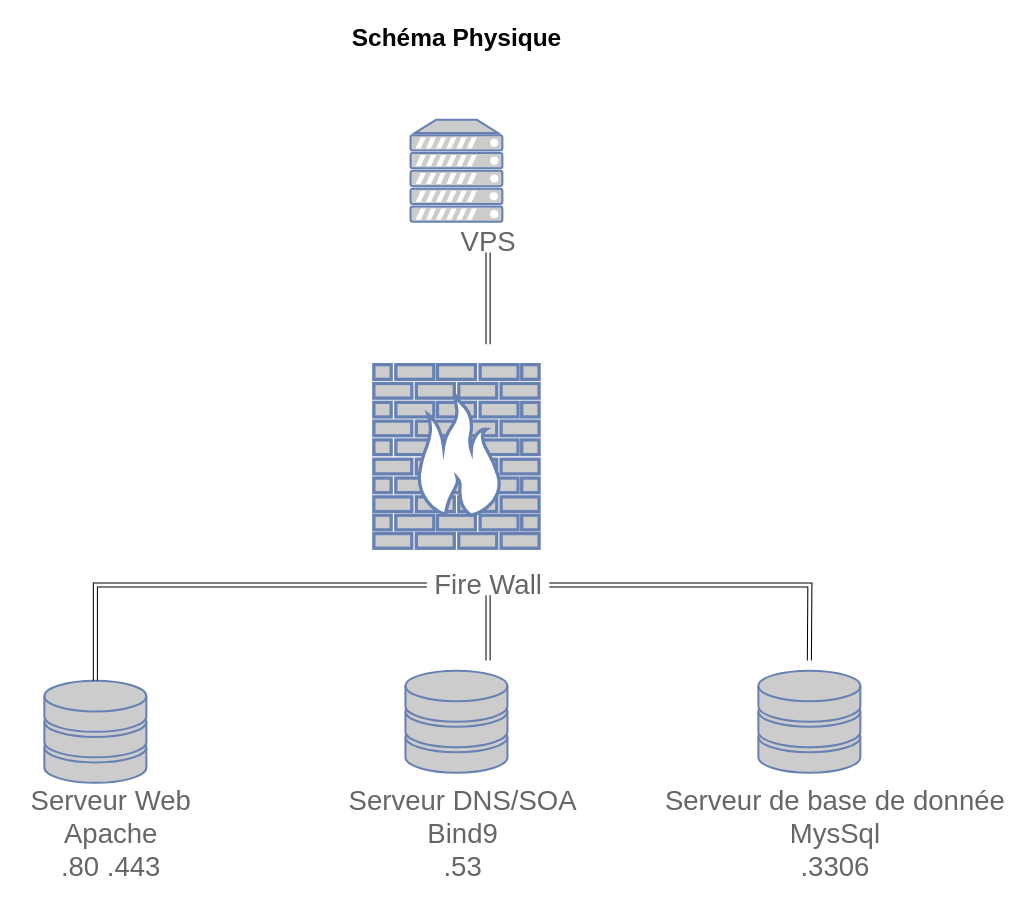
Before: documents/SchémaPhysique.drawio in Frodon001/2tl2AdminGr9, a draw.io diagram. Source tidied: cells renumbered, new cells numbered last; positions are measured from the earlier drawing's top-left corner, leaving out a move shared by most shapes. Both pictures are drawn from the tidied source at 102%, with x=0, y=0 at pixel (17, 17).
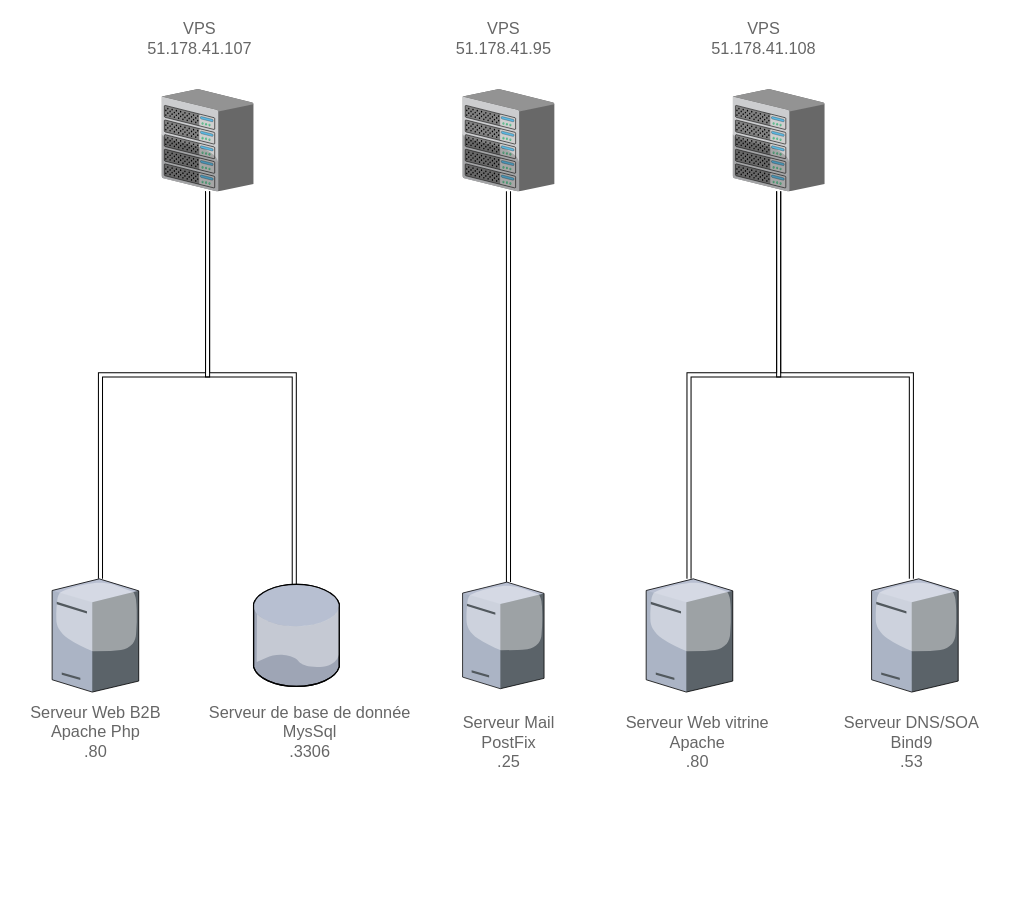
The same diagram, later.

Commit message (it also covers changes not shown here):
schéma physique

Change to the diagram source:
```diff
@@
-    <mxCell id="2" value="Schéma Physique" style="text;strokeColor=none;fillColor=none;html=1;fontSize=24;fontStyle=1;verticalAlign=middle;align=center;" parent="1" vertex="1">
-      <mxGeometry x="-0.5" width="861" height="40" as="geometry" />
-    </mxCell>
-    <mxCell id="3" style="fontColor=#0066CC;verticalAlign=top;verticalLabelPosition=bottom;labelPosition=center;align=center;html=1;fillColor=#CCCCCC;strokeColor=#6881B3;gradientColor=none;gradientDirection=north;strokeWidth=2;shape=mxgraph.networks.firewall;" parent="1" vertex="1">
-      <mxGeometry x="349" y="340" width="162" height="180" as="geometry" />
-    </mxCell>
-    <mxCell id="4" style="fontColor=#0066CC;verticalAlign=top;verticalLabelPosition=bottom;labelPosition=center;align=center;html=1;outlineConnect=0;fillColor=#CCCCCC;strokeColor=#6881B3;gradientColor=none;gradientDirection=north;strokeWidth=2;shape=mxgraph.networks.storage;" parent="1" vertex="1">
-      <mxGeometry x="26" y="650" width="100" height="100" as="geometry" />
-    </mxCell>
-    <mxCell id="5" style="fontColor=#0066CC;verticalAlign=top;verticalLabelPosition=bottom;labelPosition=center;align=center;html=1;fillColor=#CCCCCC;strokeColor=#6881B3;gradientColor=none;gradientDirection=north;strokeWidth=2;shape=mxgraph.networks.storage;" parent="1" vertex="1">
-      <mxGeometry x="726" y="640" width="100" height="100" as="geometry" />
-    </mxCell>
-    <mxCell id="6" style="fontColor=#0066CC;verticalAlign=top;verticalLabelPosition=bottom;labelPosition=center;align=center;html=1;fillColor=#CCCCCC;strokeColor=#6881B3;gradientColor=none;gradientDirection=north;strokeWidth=2;shape=mxgraph.networks.storage;" parent="1" vertex="1">
-      <mxGeometry x="380" y="640" width="100" height="100" as="geometry" />
-    </mxCell>
+    <mxCell id="17" style="edgeStyle=orthogonalEdgeStyle;shape=link;rounded=0;jettySize=auto;html=1;fontSize=16;" parent="1" edge="1" source="7" target="31">
+      <mxGeometry relative="1" as="geometry">
+        <Array as="points">
+          <mxPoint x="481" y="460" />
+          <mxPoint x="481" y="460" />
+        </Array>
+      </mxGeometry>
+    </mxCell>
-    <mxCell id="7" style="fontColor=#0066CC;verticalAlign=top;verticalLabelPosition=bottom;labelPosition=center;align=center;html=1;outlineConnect=0;fillColor=#CCCCCC;strokeColor=#6881B3;gradientColor=none;gradientDirection=north;strokeWidth=2;shape=mxgraph.networks.server;" parent="1" vertex="1">
-      <mxGeometry x="385" y="100" width="90" height="100" as="geometry" />
+    <mxCell id="7" style="verticalLabelPosition=bottom;html=1;verticalAlign=top;strokeColor=#6881B3;align=center;outlineConnect=0;shape=mxgraph.citrix.chassis;fontFamily=Helvetica;fontSize=16;fontColor=#0066CC;strokeWidth=2;fillColor=#CCCCCC;" parent="1" vertex="1">
+      <mxGeometry x="436" y="70" width="90" height="100" as="geometry" />
     </mxCell>
-    <mxCell id="8" style="edgeStyle=orthogonalEdgeStyle;rounded=0;jettySize=auto;html=1;shape=link;" parent="1" edge="1" source="11" target="4">
-      <mxGeometry relative="1" as="geometry" />
-    </mxCell>
-    <mxCell id="9" style="edgeStyle=orthogonalEdgeStyle;rounded=0;jettySize=auto;html=1;shape=link;" parent="1" edge="1" source="11">
-      <mxGeometry relative="1" as="geometry">
-        <mxPoint x="461" y="630" as="targetPoint" />
-      </mxGeometry>
-    </mxCell>
-    <mxCell id="10" style="edgeStyle=orthogonalEdgeStyle;rounded=0;jettySize=auto;html=1;shape=link;" parent="1" edge="1" source="11">
-      <mxGeometry relative="1" as="geometry">
-        <mxPoint x="776" y="630" as="targetPoint" />
-      </mxGeometry>
-    </mxCell>
-    <mxCell id="11" value="&lt;font style=&quot;font-size: 27px&quot; color=&quot;#666666&quot;&gt;Fire Wall&lt;/font&gt;" style="text;html=1;align=center;verticalAlign=middle;points=[];" parent="1" vertex="1">
-      <mxGeometry x="401" y="546" width="120" height="20" as="geometry" />
-    </mxCell>
-    <mxCell id="12" style="edgeStyle=orthogonalEdgeStyle;rounded=0;jettySize=auto;html=1;shape=link;" parent="1" edge="1" source="13">
-      <mxGeometry relative="1" as="geometry">
-        <mxPoint x="461" y="320" as="targetPoint" />
-      </mxGeometry>
-    </mxCell>
-    <mxCell id="13" value="&lt;font style=&quot;font-size: 27px&quot; color=&quot;#666666&quot;&gt;VPS&lt;/font&gt;" style="text;html=1;align=center;verticalAlign=middle;points=[];" parent="1" vertex="1">
-      <mxGeometry x="426" y="210" width="70" height="20" as="geometry" />
+    <mxCell id="13" value="&lt;font style=&quot;font-size: 16px&quot; color=&quot;#666666&quot;&gt;VPS&lt;br&gt;&lt;/font&gt;&lt;span style=&quot;color: rgb(102 , 102 , 102)&quot;&gt;51.178.41.95&lt;/span&gt;&lt;font style=&quot;font-size: 16px&quot; color=&quot;#666666&quot;&gt;&lt;br&gt;&lt;/font&gt;" style="text;html=1;align=center;verticalAlign=middle;points=[];fontSize=16;" parent="1" vertex="1">
+      <mxGeometry x="421" width="110" height="40" as="geometry" />
     </mxCell>
-    <mxCell id="14" value="&lt;font style=&quot;font-size: 27px&quot; color=&quot;#666666&quot;&gt;Serveur Web&lt;br&gt;Apache&lt;br&gt;.80 .443&lt;br&gt;&lt;/font&gt;" style="text;html=1;align=center;verticalAlign=middle;" parent="1" vertex="1">
-      <mxGeometry x="6" y="770" width="170" height="60" as="geometry" />
+    <mxCell id="14" value="&lt;font style=&quot;font-size: 16px&quot; color=&quot;#666666&quot;&gt;Serveur Web vitrine&lt;br style=&quot;font-size: 16px&quot;&gt;Apache&lt;br style=&quot;font-size: 16px&quot;&gt;.80&lt;br style=&quot;font-size: 16px&quot;&gt;&lt;/font&gt;" style="text;html=1;align=center;verticalAlign=middle;fontSize=16;" parent="1" vertex="1">
+      <mxGeometry x="586" y="680" width="160" height="60" as="geometry" />
     </mxCell>
-    <mxCell id="15" value="&lt;font style=&quot;font-size: 27px&quot; color=&quot;#666666&quot;&gt;Serveur DNS/SOA&lt;br&gt;Bind9&lt;br&gt;.53&lt;br&gt;&lt;/font&gt;" style="text;html=1;align=center;verticalAlign=middle;" parent="1" vertex="1">
-      <mxGeometry x="316" y="770" width="240" height="60" as="geometry" />
+    <mxCell id="15" value="&lt;font style=&quot;font-size: 16px;&quot; color=&quot;#666666&quot;&gt;Serveur DNS/SOA&lt;br style=&quot;font-size: 16px;&quot;&gt;Bind9&lt;br style=&quot;font-size: 16px;&quot;&gt;.53&lt;br style=&quot;font-size: 16px;&quot;&gt;&lt;/font&gt;" style="text;html=1;align=center;verticalAlign=middle;fontSize=16;" parent="1" vertex="1">
+      <mxGeometry x="801" y="680" width="150" height="60" as="geometry" />
     </mxCell>
-    <mxCell id="16" value="&lt;font style=&quot;font-size: 27px&quot; color=&quot;#666666&quot;&gt;Serveur de base de donnée&lt;br&gt;MysSql&lt;br&gt;.3306&lt;br&gt;&lt;/font&gt;" style="text;html=1;align=center;verticalAlign=middle;" parent="1" vertex="1">
-      <mxGeometry x="626" y="770" width="350" height="60" as="geometry" />
+    <mxCell id="16" value="&lt;font style=&quot;font-size: 16px;&quot; color=&quot;#666666&quot;&gt;Serveur de base de donnée&lt;br style=&quot;font-size: 16px;&quot;&gt;MysSql&lt;br style=&quot;font-size: 16px;&quot;&gt;.3306&lt;br style=&quot;font-size: 16px;&quot;&gt;&lt;/font&gt;" style="text;html=1;align=center;verticalAlign=middle;fontSize=16;" parent="1" vertex="1">
+      <mxGeometry x="181" y="670" width="210" height="60" as="geometry" />
     </mxCell>
+    <mxCell id="18" style="edgeStyle=orthogonalEdgeStyle;rounded=0;jettySize=auto;html=1;fontSize=16;shape=link;" parent="1" edge="1" source="20" target="26">
+      <mxGeometry relative="1" as="geometry">
+        <Array as="points">
+          <mxPoint x="186" y="350" />
+          <mxPoint x="81" y="350" />
+        </Array>
+      </mxGeometry>
+    </mxCell>
+    <mxCell id="19" style="edgeStyle=orthogonalEdgeStyle;rounded=0;jettySize=auto;html=1;fontSize=16;shape=link;" parent="1" edge="1" source="20" target="28">
+      <mxGeometry relative="1" as="geometry">
+        <Array as="points">
+          <mxPoint x="186" y="350" />
+          <mxPoint x="271" y="350" />
+        </Array>
+      </mxGeometry>
+    </mxCell>
+    <mxCell id="20" style="verticalLabelPosition=bottom;html=1;verticalAlign=top;strokeColor=#6881B3;align=center;outlineConnect=0;shape=mxgraph.citrix.chassis;fontFamily=Helvetica;fontSize=16;fontColor=#0066CC;strokeWidth=2;fillColor=#CCCCCC;" parent="1" vertex="1">
+      <mxGeometry x="141" y="70" width="90" height="100" as="geometry" />
+    </mxCell>
+    <mxCell id="21" style="edgeStyle=orthogonalEdgeStyle;shape=link;rounded=0;jettySize=auto;html=1;fontSize=16;" parent="1" edge="1" source="23" target="30">
+      <mxGeometry relative="1" as="geometry">
+        <Array as="points">
+          <mxPoint x="746" y="350" />
+          <mxPoint x="876" y="350" />
+        </Array>
+      </mxGeometry>
+    </mxCell>
+    <mxCell id="22" style="edgeStyle=orthogonalEdgeStyle;shape=link;rounded=0;jettySize=auto;html=1;fontSize=16;" parent="1" edge="1" source="23" target="27">
+      <mxGeometry relative="1" as="geometry">
+        <Array as="points">
+          <mxPoint x="746" y="350" />
+          <mxPoint x="658" y="350" />
+        </Array>
+      </mxGeometry>
+    </mxCell>
+    <mxCell id="23" style="verticalLabelPosition=bottom;html=1;verticalAlign=top;strokeColor=#6881B3;align=center;outlineConnect=0;shape=mxgraph.citrix.chassis;fontFamily=Helvetica;fontSize=16;fontColor=#0066CC;strokeWidth=2;fillColor=#CCCCCC;" parent="1" vertex="1">
+      <mxGeometry x="700.9" y="70" width="90" height="100" as="geometry" />
+    </mxCell>
+    <mxCell id="24" value="&lt;font style=&quot;font-size: 16px&quot; color=&quot;#666666&quot;&gt;VPS&lt;br&gt;51.178.41.107&lt;br&gt;&lt;/font&gt;" style="text;html=1;align=center;verticalAlign=middle;fontSize=16;" parent="1" vertex="1">
+      <mxGeometry x="118.4" width="120" height="40" as="geometry" />
+    </mxCell>
+    <mxCell id="25" value="&lt;font style=&quot;font-size: 16px&quot; color=&quot;#666666&quot;&gt;VPS&lt;br&gt;&lt;/font&gt;&lt;span style=&quot;color: rgb(102 , 102 , 102)&quot;&gt;51.178.41.108&lt;/span&gt;&lt;font style=&quot;font-size: 16px&quot; color=&quot;#666666&quot;&gt;&lt;br&gt;&lt;/font&gt;" style="text;html=1;align=center;verticalAlign=middle;fontSize=16;" parent="1" vertex="1">
+      <mxGeometry x="671" width="120" height="40" as="geometry" />
+    </mxCell>
+    <mxCell id="26" style="verticalLabelPosition=bottom;html=1;verticalAlign=top;strokeColor=none;align=center;outlineConnect=0;shape=mxgraph.citrix.license_server;fontSize=16;" parent="1" vertex="1">
+      <mxGeometry x="33.6" y="550" width="84.9" height="111" as="geometry" />
+    </mxCell>
+    <mxCell id="27" style="verticalLabelPosition=bottom;html=1;verticalAlign=top;strokeColor=none;align=center;outlineConnect=0;shape=mxgraph.citrix.license_server;fontSize=16;" parent="1" vertex="1">
+      <mxGeometry x="616" y="550" width="84.9" height="111" as="geometry" />
+    </mxCell>
+    <mxCell id="28" style="verticalLabelPosition=bottom;html=1;verticalAlign=top;strokeColor=none;align=center;outlineConnect=0;shape=mxgraph.citrix.database;fontSize=16;" parent="1" vertex="1">
+      <mxGeometry x="231" y="555.5" width="85" height="100" as="geometry" />
+    </mxCell>
+    <mxCell id="29" value="&lt;font style=&quot;font-size: 16px&quot; color=&quot;#666666&quot;&gt;Serveur Web B2B&lt;br&gt;Apache Php&lt;br style=&quot;font-size: 16px&quot;&gt;.80&lt;br style=&quot;font-size: 16px&quot;&gt;&lt;/font&gt;" style="text;html=1;align=center;verticalAlign=middle;fontSize=16;" parent="1" vertex="1">
+      <mxGeometry x="6" y="670" width="140" height="60" as="geometry" />
+    </mxCell>
+    <mxCell id="30" style="verticalLabelPosition=bottom;html=1;verticalAlign=top;strokeColor=none;align=center;outlineConnect=0;shape=mxgraph.citrix.tower_server;fontSize=16;" parent="1" vertex="1">
+      <mxGeometry x="837" y="550" width="84.9" height="111" as="geometry" />
+    </mxCell>
+    <mxCell id="31" style="verticalLabelPosition=bottom;html=1;verticalAlign=top;strokeColor=none;align=center;outlineConnect=0;shape=mxgraph.citrix.license_server;fontSize=16;" parent="1" vertex="1">
+      <mxGeometry x="436" y="553.2" width="79.9" height="104.5" as="geometry" />
+    </mxCell>
+    <mxCell id="32" value="&lt;font style=&quot;font-size: 16px&quot; color=&quot;#666666&quot;&gt;Serveur Mail&lt;br&gt;PostFix&lt;br style=&quot;font-size: 16px&quot;&gt;.25&lt;br style=&quot;font-size: 16px&quot;&gt;&lt;/font&gt;" style="text;html=1;align=center;verticalAlign=middle;fontSize=16;" parent="1" vertex="1">
+      <mxGeometry x="426" y="680" width="110" height="60" as="geometry" />
+    </mxCell>
```
